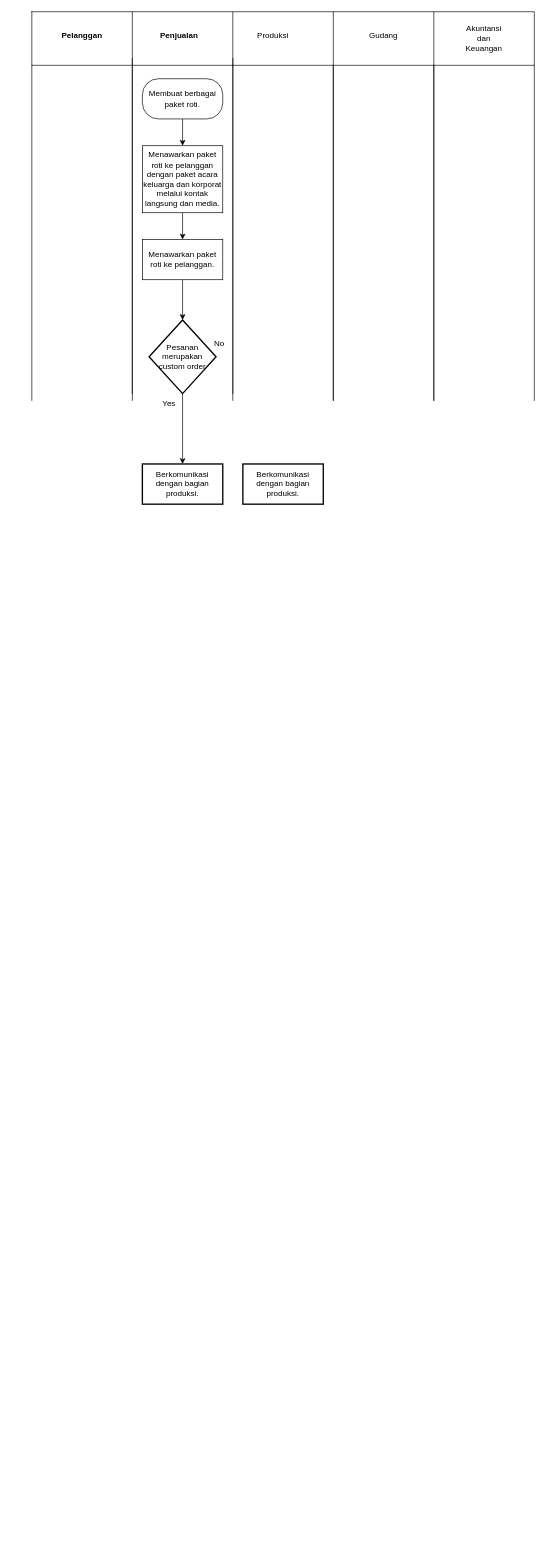
Above: SIPA1.drawio in thirza258/draw.io (draw.io), before the change. Source tidied: cells renumbered, new cells numbered last; positions are measured from the earlier drawing's top-left corner, leaving out a move shared by most shapes. Both pictures are drawn from the tidied source at 67%, with x=0, y=0 at pixel (31, 11).
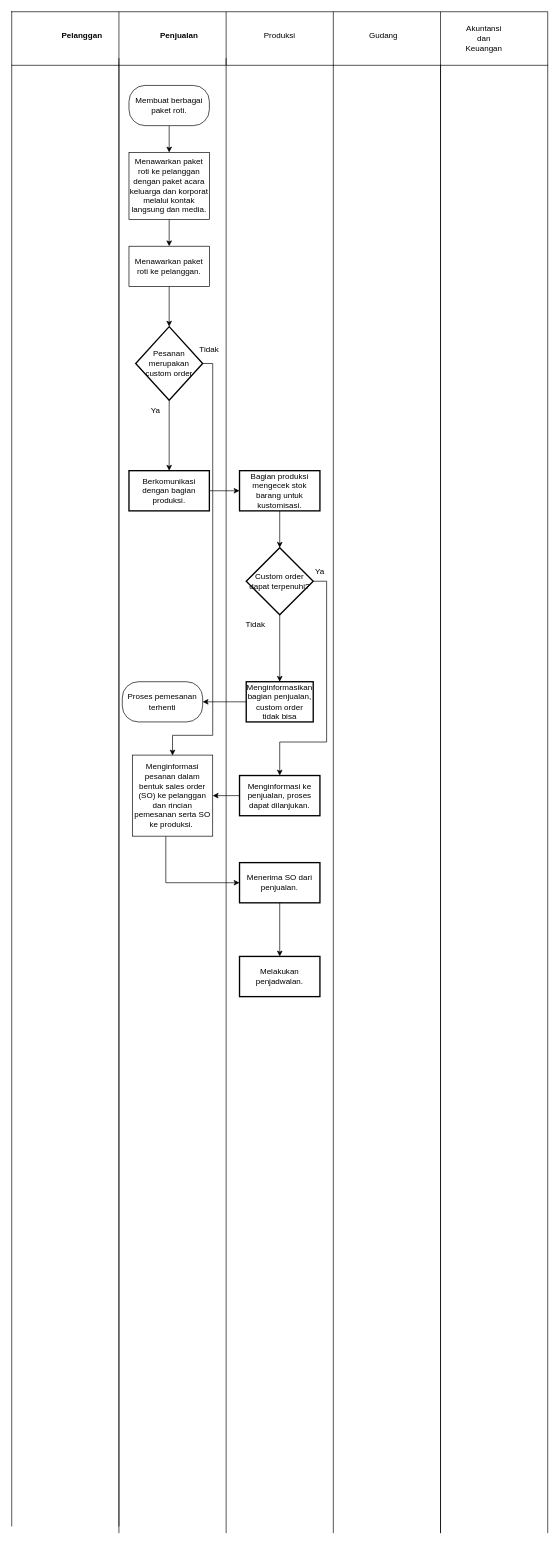
The same diagram, later.

What changed in the source:
```diff
@@
     <mxCell id="2" style="shape=table;startSize=0;childLayout=tableLayout;fontSize=16;" parent="1" vertex="1">
-      <mxGeometry width="750" height="80" as="geometry" />
+      <mxGeometry x="-30" width="800" height="80" as="geometry" />
     </mxCell>
     <mxCell id="3" style="shape=tableRow;horizontal=0;startSize=0;swimlaneHead=0;swimlaneBody=0;strokeColor=inherit;top=0;left=0;bottom=0;right=0;fillColor=none;fontSize=16;" parent="2" vertex="1">
-      <mxGeometry width="750" height="80" as="geometry" />
+      <mxGeometry width="800" height="80" as="geometry" />
     </mxCell>
     <mxCell id="4" style="shape=partialRectangle;html=1;whiteSpace=wrap;strokeColor=inherit;overflow=hidden;fillColor=none;top=0;left=0;bottom=0;right=0;fontSize=16;" parent="3" vertex="1">
-      <mxGeometry width="150" height="80" as="geometry" />
+      <mxGeometry width="160" height="80" as="geometry" />
     </mxCell>
     <mxCell id="5" style="shape=partialRectangle;html=1;whiteSpace=wrap;strokeColor=inherit;overflow=hidden;fillColor=none;top=0;left=0;bottom=0;right=0;fontSize=16;" parent="3" vertex="1">
-      <mxGeometry x="150" width="150" height="80" as="geometry" />
+      <mxGeometry x="160" width="160" height="80" as="geometry" />
     </mxCell>
     <mxCell id="6" style="shape=partialRectangle;html=1;whiteSpace=wrap;strokeColor=inherit;overflow=hidden;fillColor=none;top=0;left=0;bottom=0;right=0;fontSize=16;" parent="3" vertex="1">
-      <mxGeometry x="300" width="150" height="80" as="geometry" />
+      <mxGeometry x="320" width="160" height="80" as="geometry" />
     </mxCell>
     <mxCell id="7" style="shape=partialRectangle;html=1;whiteSpace=wrap;strokeColor=inherit;overflow=hidden;fillColor=none;top=0;left=0;bottom=0;right=0;fontSize=16;" parent="3" vertex="1">
-      <mxGeometry x="450" width="150" height="80" as="geometry" />
+      <mxGeometry x="480" width="160" height="80" as="geometry" />
     </mxCell>
     <mxCell id="8" style="shape=partialRectangle;html=1;whiteSpace=wrap;strokeColor=inherit;overflow=hidden;fillColor=none;top=0;left=0;bottom=0;right=0;fontSize=16;" parent="3" vertex="1">
-      <mxGeometry x="600" width="150" height="80" as="geometry" />
+      <mxGeometry x="640" width="160" height="80" as="geometry" />
     </mxCell>
     <mxCell id="9" style="shape=partialRectangle;whiteSpace=wrap;html=1;bottom=0;top=0;fillColor=none;" parent="1" vertex="1">
-      <mxGeometry y="80" width="150" height="500" as="geometry" />
+      <mxGeometry x="-30" y="80" width="160" height="2180" as="geometry" />
     </mxCell>
     <mxCell id="10" style="shape=partialRectangle;whiteSpace=wrap;html=1;bottom=0;top=0;fillColor=none;" parent="1" vertex="1">
-      <mxGeometry x="150" y="70" width="150" height="500" as="geometry" />
+      <mxGeometry x="130" y="70" width="160" height="2200" as="geometry" />
     </mxCell>
-    <mxCell id="11" style="shape=partialRectangle;whiteSpace=wrap;html=1;bottom=0;top=0;fillColor=none;" parent="1" vertex="1">
-      <mxGeometry x="300" y="80" width="150" height="500" as="geometry" />
-    </mxCell>
     <mxCell id="12" style="shape=partialRectangle;whiteSpace=wrap;html=1;bottom=0;top=0;fillColor=none;" parent="1" vertex="1">
-      <mxGeometry x="450" y="80" width="150" height="500" as="geometry" />
+      <mxGeometry x="450" y="80" width="160" height="2190" as="geometry" />
     </mxCell>
     <mxCell id="13" style="shape=partialRectangle;whiteSpace=wrap;html=1;bottom=0;top=0;fillColor=none;" parent="1" vertex="1">
-      <mxGeometry x="600" y="80" width="150" height="500" as="geometry" />
+      <mxGeometry x="610" y="80" width="160" height="2190" as="geometry" />
     </mxCell>
@@
     <mxCell id="16" value="Produksi" style="text;html=1;strokeColor=none;fillColor=none;align=center;verticalAlign=middle;whiteSpace=wrap;rounded=0;" parent="1" vertex="1">
-      <mxGeometry x="330" y="20" width="60" height="30" as="geometry" />
+      <mxGeometry x="340" y="20" width="60" height="30" as="geometry" />
     </mxCell>
@@
     <mxCell id="20" value="Membuat berbagai paket roti." style="rounded=1;whiteSpace=wrap;html=1;arcSize=40;" parent="1" vertex="1">
-      <mxGeometry x="165" y="100" width="120" height="60" as="geometry" />
+      <mxGeometry x="145" y="110" width="120" height="60" as="geometry" />
     </mxCell>
@@
     <mxCell id="22" value="Menawarkan paket roti ke pelanggan dengan paket acara keluarga dan korporat melalui kontak langsung dan media." style="rounded=0;whiteSpace=wrap;html=1;" parent="1" vertex="1">
-      <mxGeometry x="165" y="200" width="120" height="100" as="geometry" />
+      <mxGeometry x="145" y="210" width="120" height="100" as="geometry" />
     </mxCell>
@@
     <mxCell id="24" value="Menawarkan paket roti ke pelanggan." style="rounded=0;whiteSpace=wrap;html=1;" parent="1" vertex="1">
-      <mxGeometry x="165" y="340" width="120" height="60" as="geometry" />
+      <mxGeometry x="145" y="350" width="120" height="60" as="geometry" />
     </mxCell>
@@
     <mxCell id="26" value="Pesanan merupakan custom order" style="strokeWidth=2;html=1;shape=mxgraph.flowchart.decision;whiteSpace=wrap;" parent="1" vertex="1">
-      <mxGeometry x="175" y="460" width="100" height="110" as="geometry" />
+      <mxGeometry x="155" y="470" width="100" height="110" as="geometry" />
     </mxCell>
+    <mxCell id="31" style="edgeStyle=orthogonalEdgeStyle;rounded=0;jettySize=auto;html=1;" parent="1" edge="1" source="27" target="30">
+      <mxGeometry relative="1" as="geometry" />
+    </mxCell>
     <mxCell id="27" value="Berkomunikasi dengan bagian produksi." style="whiteSpace=wrap;html=1;strokeWidth=2;" parent="1" vertex="1">
-      <mxGeometry x="165" y="675" width="120" height="60" as="geometry" />
+      <mxGeometry x="145" y="685" width="120" height="60" as="geometry" />
     </mxCell>
-    <mxCell id="28" value="Yes" style="text;html=1;strokeColor=none;fillColor=none;align=center;verticalAlign=middle;whiteSpace=wrap;rounded=0;" parent="1" vertex="1">
-      <mxGeometry x="175" y="570" width="60" height="30" as="geometry" />
+    <mxCell id="28" value="Ya" style="text;html=1;strokeColor=none;fillColor=none;align=center;verticalAlign=middle;whiteSpace=wrap;rounded=0;" parent="1" vertex="1">
+      <mxGeometry x="155" y="580" width="60" height="30" as="geometry" />
     </mxCell>
-    <mxCell id="29" value="No" style="text;html=1;strokeColor=none;fillColor=none;align=center;verticalAlign=middle;whiteSpace=wrap;rounded=0;" parent="1" vertex="1">
-      <mxGeometry x="250" y="480" width="60" height="30" as="geometry" />
+    <mxCell id="29" value="Tidak" style="text;html=1;strokeColor=none;fillColor=none;align=center;verticalAlign=middle;whiteSpace=wrap;rounded=0;" parent="1" vertex="1">
+      <mxGeometry x="235" y="490" width="60" height="30" as="geometry" />
     </mxCell>
+    <mxCell id="32" style="edgeStyle=orthogonalEdgeStyle;rounded=0;jettySize=auto;html=1;" parent="1" edge="1" source="30" target="36">
+      <mxGeometry relative="1" as="geometry" />
+    </mxCell>
-    <mxCell id="30" value="Berkomunikasi dengan bagian produksi." style="whiteSpace=wrap;html=1;strokeWidth=2;" parent="1" vertex="1">
-      <mxGeometry x="315" y="675" width="120" height="60" as="geometry" />
+    <mxCell id="30" value="Bagian produksi mengecek stok barang untuk kustomisasi." style="whiteSpace=wrap;html=1;strokeWidth=2;" parent="1" vertex="1">
+      <mxGeometry x="310" y="685" width="120" height="60" as="geometry" />
     </mxCell>
+    <mxCell id="33" style="edgeStyle=orthogonalEdgeStyle;rounded=0;orthogonalLoop=1;jettySize=auto;html=1;exitX=0.5;exitY=1;exitDx=0;exitDy=0;" parent="1" edge="1" source="30" target="30">
+      <mxGeometry relative="1" as="geometry" />
+    </mxCell>
+    <mxCell id="34" style="edgeStyle=orthogonalEdgeStyle;rounded=0;jettySize=auto;html=1;" parent="1" edge="1" source="36" target="40">
+      <mxGeometry relative="1" as="geometry" />
+    </mxCell>
+    <mxCell id="35" style="edgeStyle=orthogonalEdgeStyle;rounded=0;jettySize=auto;html=1;entryX=0.5;entryY=0;entryDx=0;entryDy=0;" parent="1" edge="1" source="36" target="42">
+      <mxGeometry relative="1" as="geometry">
+        <Array as="points">
+          <mxPoint x="440" y="850" />
+          <mxPoint x="440" y="1090" />
+          <mxPoint x="370" y="1090" />
+        </Array>
+      </mxGeometry>
+    </mxCell>
+    <mxCell id="36" value="Custom order dapat terpenuhi?" style="strokeWidth=2;html=1;shape=mxgraph.flowchart.decision;whiteSpace=wrap;" parent="1" vertex="1">
+      <mxGeometry x="320" y="800" width="100" height="100" as="geometry" />
+    </mxCell>
+    <mxCell id="37" value="Tidak" style="text;html=1;strokeColor=none;fillColor=none;align=center;verticalAlign=middle;whiteSpace=wrap;rounded=0;" parent="1" vertex="1">
+      <mxGeometry x="304" y="900" width="60" height="30" as="geometry" />
+    </mxCell>
+    <mxCell id="38" value="Proses pemesanan terhenti" style="rounded=1;whiteSpace=wrap;html=1;arcSize=40;" parent="1" vertex="1">
+      <mxGeometry x="135" y="1000" width="120" height="60" as="geometry" />
+    </mxCell>
+    <mxCell id="39" style="edgeStyle=orthogonalEdgeStyle;rounded=0;jettySize=auto;html=1;" parent="1" edge="1" source="40" target="38">
+      <mxGeometry relative="1" as="geometry" />
+    </mxCell>
+    <mxCell id="40" value="Menginformasikan bagian penjualan, custom order tidak bisa" style="whiteSpace=wrap;html=1;strokeWidth=2;" parent="1" vertex="1">
+      <mxGeometry x="320" y="1000" width="100" height="60" as="geometry" />
+    </mxCell>
+    <mxCell id="41" style="edgeStyle=orthogonalEdgeStyle;rounded=0;jettySize=auto;html=1;entryX=1;entryY=0.5;entryDx=0;entryDy=0;" parent="1" edge="1" source="42" target="45">
+      <mxGeometry relative="1" as="geometry" />
+    </mxCell>
+    <mxCell id="42" value="Menginformasi ke penjualan, proses dapat dilanjukan." style="whiteSpace=wrap;html=1;strokeWidth=2;" parent="1" vertex="1">
+      <mxGeometry x="310" y="1140" width="120" height="60" as="geometry" />
+    </mxCell>
+    <mxCell id="43" value="Ya" style="text;html=1;strokeColor=none;fillColor=none;align=center;verticalAlign=middle;whiteSpace=wrap;rounded=0;" parent="1" vertex="1">
+      <mxGeometry x="400" y="820" width="60" height="30" as="geometry" />
+    </mxCell>
+    <mxCell id="44" style="edgeStyle=orthogonalEdgeStyle;rounded=0;jettySize=auto;html=1;entryX=0;entryY=0.5;entryDx=0;entryDy=0;" parent="1" edge="1" source="45" target="48">
+      <mxGeometry relative="1" as="geometry">
+        <Array as="points">
+          <mxPoint x="200" y="1300" />
+        </Array>
+      </mxGeometry>
+    </mxCell>
+    <mxCell id="45" value="Menginformasi pesanan dalam bentuk sales order (SO) ke pelanggan dan rincian pemesanan serta SO ke produksi.&amp;nbsp;" style="rounded=0;whiteSpace=wrap;html=1;" parent="1" vertex="1">
+      <mxGeometry x="150" y="1109.5" width="120" height="121" as="geometry" />
+    </mxCell>
+    <mxCell id="46" style="edgeStyle=orthogonalEdgeStyle;rounded=0;jettySize=auto;html=1;" parent="1" edge="1" source="26">
+      <mxGeometry relative="1" as="geometry">
+        <mxPoint x="210" y="1110" as="targetPoint" />
+        <Array as="points">
+          <mxPoint x="270" y="525" />
+          <mxPoint x="270" y="1080" />
+          <mxPoint x="210" y="1080" />
+        </Array>
+      </mxGeometry>
+    </mxCell>
+    <mxCell id="47" style="edgeStyle=orthogonalEdgeStyle;rounded=0;jettySize=auto;html=1;" parent="1" edge="1" source="48" target="49">
+      <mxGeometry relative="1" as="geometry" />
+    </mxCell>
+    <mxCell id="48" value="Menerima SO dari penjualan." style="whiteSpace=wrap;html=1;strokeWidth=2;" parent="1" vertex="1">
+      <mxGeometry x="310" y="1270" width="120" height="60" as="geometry" />
+    </mxCell>
+    <mxCell id="49" value="Melakukan penjadwalan." style="whiteSpace=wrap;html=1;strokeWidth=2;" parent="1" vertex="1">
+      <mxGeometry x="310" y="1410" width="120" height="60" as="geometry" />
+    </mxCell>
```
